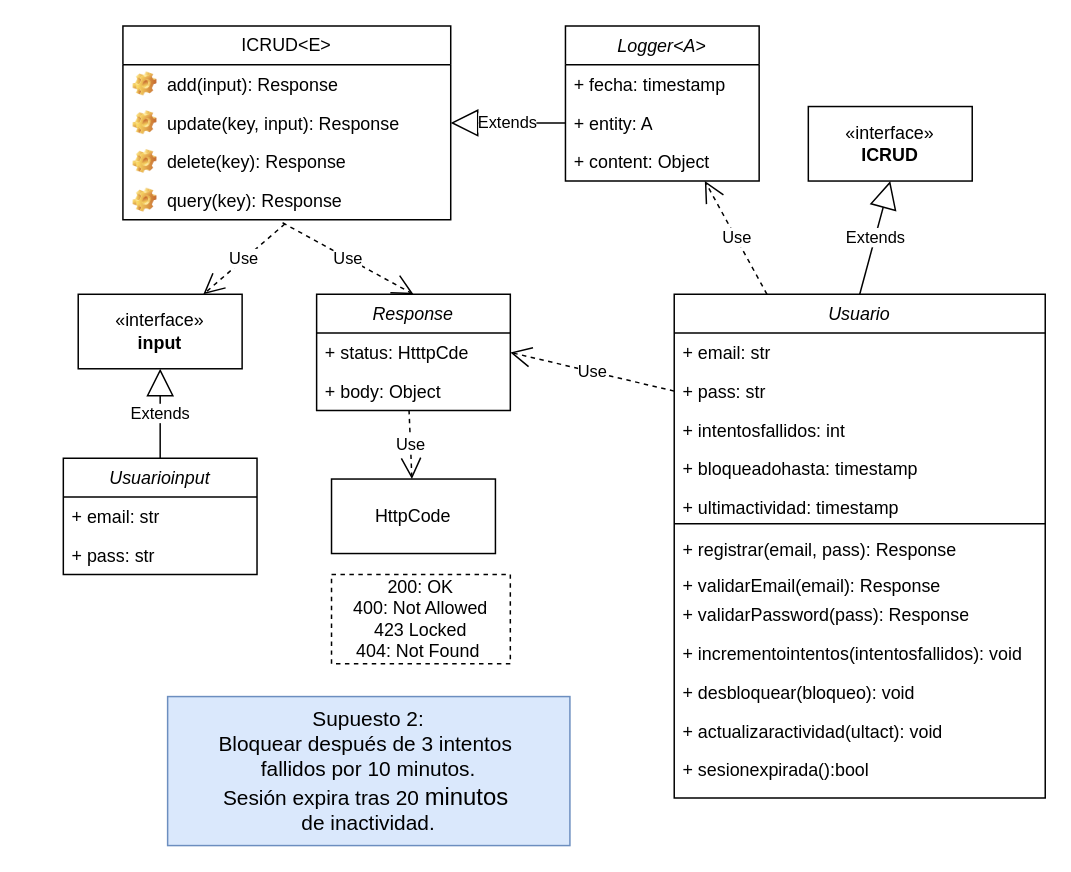
Before: Front-End_Sprint/DiagramaSupuesto2.drawio in Giggin-html/dwm4, a draw.io diagram. Source tidied: cells renumbered, new cells numbered last; positions are measured from the earlier drawing's top-left corner, leaving out a move shared by most shapes. Both pictures are drawn from the tidied source at 149%, with x=0, y=0 at pixel (63, 25).
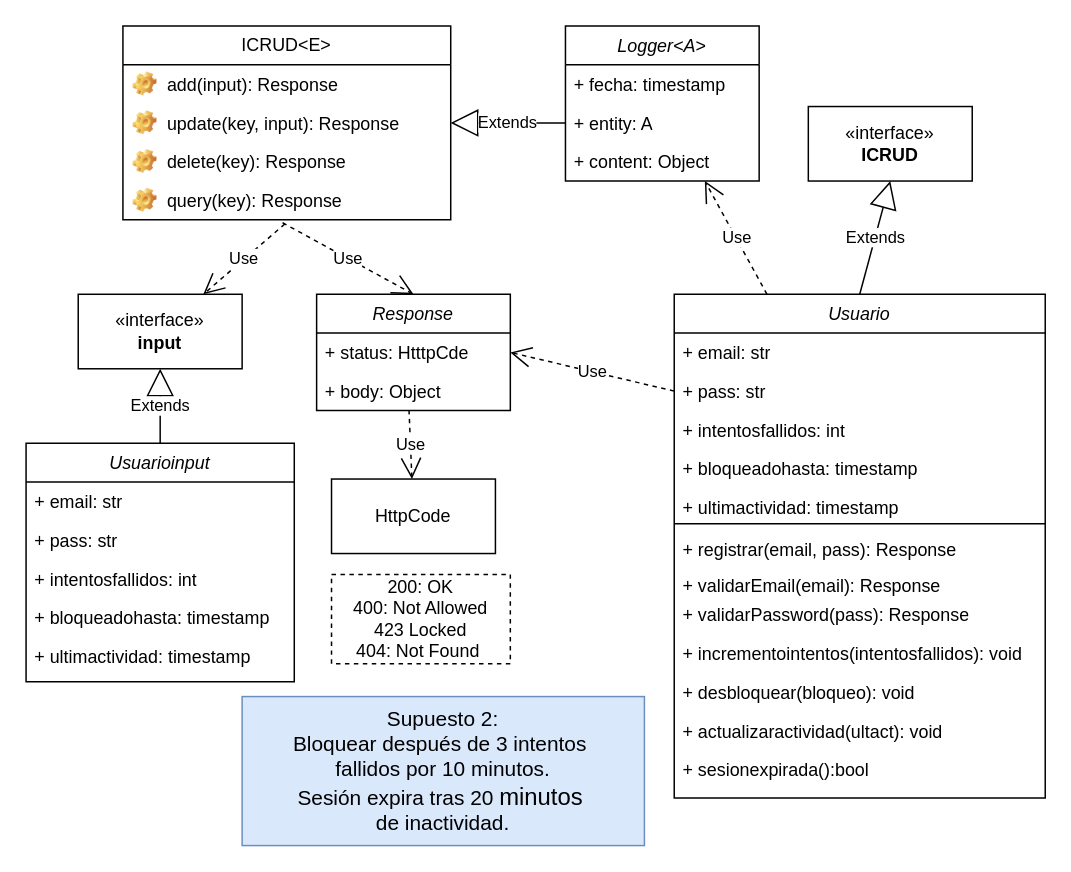
After the change.

Change to the diagram source:
```diff
@@
     <mxCell id="23" value="Usuarioinput" style="swimlane;fontStyle=2;align=center;verticalAlign=top;horizontal=1;startSize=26;rounded=0;shadow=0;strokeWidth=1;" parent="1" vertex="1">
-      <mxGeometry y="290" width="130" height="78" as="geometry" />
+      <mxGeometry x="-25" y="280" width="180" height="160" as="geometry" />
     </mxCell>
     <mxCell id="24" value="+ email: str" style="text;strokeColor=none;fillColor=none;align=left;verticalAlign=top;spacingLeft=4;spacingRight=4;overflow=hidden;whiteSpace=wrap;html=1;" parent="23" vertex="1">
-      <mxGeometry y="26" width="130" height="26" as="geometry" />
+      <mxGeometry y="26" width="180" height="26" as="geometry" />
     </mxCell>
     <mxCell id="25" value="+ pass: str" style="text;strokeColor=none;fillColor=none;align=left;verticalAlign=top;spacingLeft=4;spacingRight=4;overflow=hidden;whiteSpace=wrap;html=1;" parent="23" vertex="1">
-      <mxGeometry y="52" width="130" height="26" as="geometry" />
+      <mxGeometry y="52" width="180" height="26" as="geometry" />
     </mxCell>
+    <mxCell id="44" value="+ intentosfallidos: int" style="text;strokeColor=none;fillColor=none;align=left;verticalAlign=top;spacingLeft=4;spacingRight=4;overflow=hidden;whiteSpace=wrap;html=1;" parent="23" vertex="1">
+      <mxGeometry y="78" width="180" height="26" as="geometry" />
+    </mxCell>
+    <mxCell id="45" value="+ bloqueadohasta: timestamp" style="text;strokeColor=none;fillColor=none;align=left;verticalAlign=top;spacingLeft=4;spacingRight=4;overflow=hidden;whiteSpace=wrap;html=1;" parent="23" vertex="1">
+      <mxGeometry y="104" width="180" height="26" as="geometry" />
+    </mxCell>
+    <mxCell id="46" value="+ ultimactividad: timestamp" style="text;strokeColor=none;fillColor=none;align=left;verticalAlign=top;spacingLeft=4;spacingRight=4;overflow=hidden;whiteSpace=wrap;html=1;" parent="23" vertex="1">
+      <mxGeometry y="130" width="180" height="30" as="geometry" />
+    </mxCell>
@@
     <mxCell id="36" value="&lt;font style=&quot;font-size: 14px;&quot;&gt;&amp;nbsp;Supuesto 2:&amp;nbsp;&lt;/font&gt;&lt;div&gt;&lt;font style=&quot;font-size: 14px;&quot;&gt;Bloquear después de 3 intentos&amp;nbsp;&lt;/font&gt;&lt;/div&gt;&lt;div&gt;&lt;font style=&quot;font-size: 14px;&quot;&gt;fallidos&amp;nbsp;&lt;span style=&quot;background-color: transparent; color: light-dark(rgb(0, 0, 0), rgb(255, 255, 255));&quot;&gt;por 10 minutos.&lt;/span&gt;&lt;/font&gt;&lt;/div&gt;&lt;div&gt;&lt;font style=&quot;font-size: 14px;&quot;&gt;Sesión expira tras 20&amp;nbsp;&lt;/font&gt;&lt;span style=&quot;background-color: transparent; color: light-dark(rgb(0, 0, 0), rgb(255, 255, 255));&quot;&gt;&lt;font size=&quot;3&quot;&gt;minutos&lt;/font&gt;&amp;nbsp;&lt;/span&gt;&lt;/div&gt;&lt;div&gt;&lt;span style=&quot;background-color: transparent; color: light-dark(rgb(0, 0, 0), rgb(255, 255, 255));&quot;&gt;&lt;font style=&quot;font-size: 14px;&quot;&gt;de inactividad.&lt;/font&gt;&lt;/span&gt;&lt;/div&gt;" style="html=1;whiteSpace=wrap;fillColor=#dae8fc;strokeColor=#6c8ebf;" parent="1" vertex="1">
-      <mxGeometry x="70" y="450" width="270" height="100" as="geometry" />
+      <mxGeometry x="120" y="450" width="270" height="100" as="geometry" />
     </mxCell>
```
